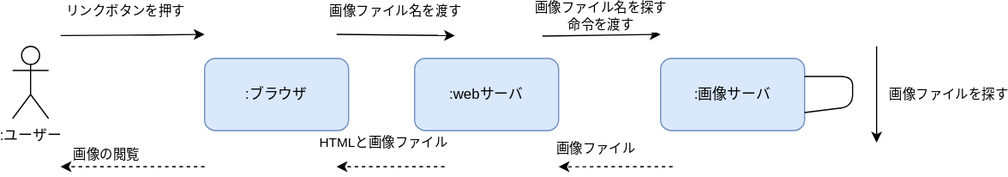
The draw.io diagram 演習５-1_CD_Web画像検索.drawio.svg in tsrnaoya/UML_intro_2, before a commit. Source tidied: cells renumbered, new cells last; positions are measured from the earlier drawing's top-left corner, leaving out a move shared by most shapes.
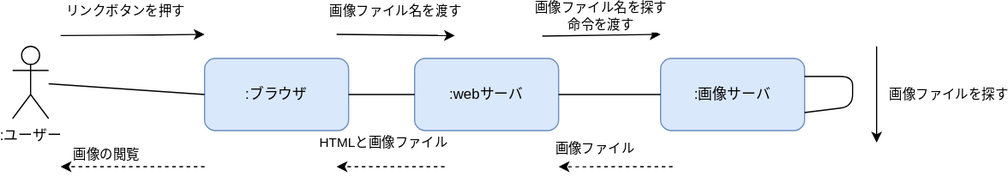
After the change.

Diff of the diagram source:
```diff
@@ -67,5 +67,14 @@
         <mxPoint x="720" y="90" as="targetPoint" />
       </mxGeometry>
     </mxCell>
+    <mxCell id="14" style="endArrow=none;html=1;entryX=0;entryY=0.5;entryDx=0;entryDy=0;" parent="1" edge="1" source="2" target="5">
+      <mxGeometry relative="1" as="geometry" />
+    </mxCell>
+    <mxCell id="15" style="endArrow=none;html=1;exitX=1;exitY=0.5;exitDx=0;exitDy=0;" parent="1" edge="1" source="5" target="4">
+      <mxGeometry relative="1" as="geometry" />
+    </mxCell>
+    <mxCell id="16" style="endArrow=none;html=1;exitX=1;exitY=0.5;exitDx=0;exitDy=0;entryX=0;entryY=0.5;entryDx=0;entryDy=0;" parent="1" edge="1" source="4" target="3">
+      <mxGeometry relative="1" as="geometry" />
+    </mxCell>
   </root>
 </mxGraphModel>
```
